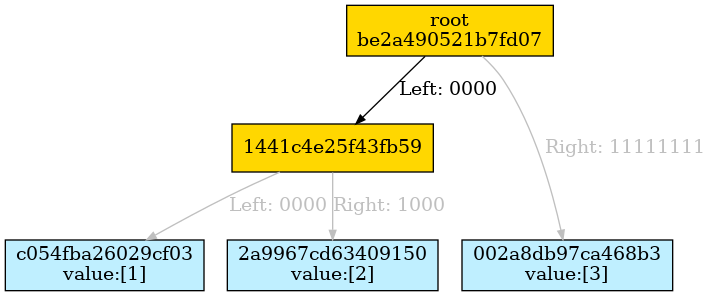
juicebox-systems/juicebox-hsm-realm keeps this Graphviz diagram as docs/merkle_tree/proofs/noninclusion_proof.dot.png. Above is the earlier version. Its source is kept beside it as docs/merkle_tree/proofs/noninclusion_proof.dot.
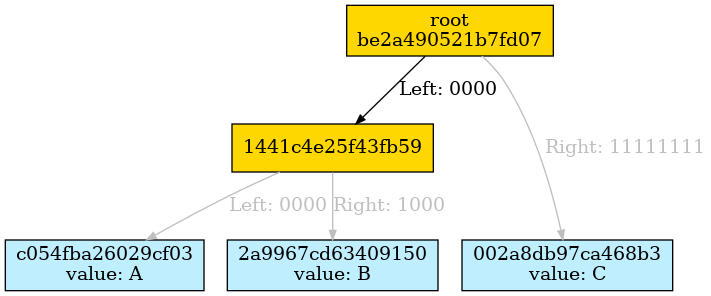
After the change.

Diff of the diagram source:
```diff
@@ -22,9 +22,9 @@
 Subgraph depth_256 {
 rank=same
 
-hc054fba26029cf03 [fillcolor=lightblue1 label="c054fba26029cf03\nvalue:[1]" ordering=out shape=box style=filled ];
-h2a9967cd63409150 [fillcolor=lightblue1 label="2a9967cd63409150\nvalue:[2]" ordering=out shape=box style=filled ];
-h002a8db97ca468b3 [fillcolor=lightblue1 label="002a8db97ca468b3\nvalue:[3]" ordering=out shape=box style=filled ];
+hc054fba26029cf03 [fillcolor=lightblue1 label="c054fba26029cf03\nvalue: A" ordering=out shape=box style=filled ];
+h2a9967cd63409150 [fillcolor=lightblue1 label="2a9967cd63409150\nvalue: B" ordering=out shape=box style=filled ];
+h002a8db97ca468b3 [fillcolor=lightblue1 label="002a8db97ca468b3\nvalue: C" ordering=out shape=box style=filled ];
 }
 
 }
```
